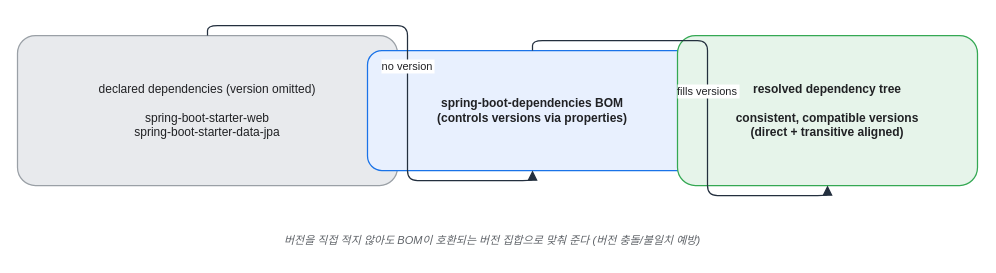
The draw.io diagram assets/img/spring/spring-22-dependency-bom.drawio in KKamJi98/kkamji98.github.io, before the edit. Source tidied: cells renumbered, new cells numbered last; positions are measured from the earlier drawing's top-left corner, leaving out a move shared by most shapes. Both pictures are drawn from the tidied source at 100%, with x=0, y=0 at pixel (17, 35).
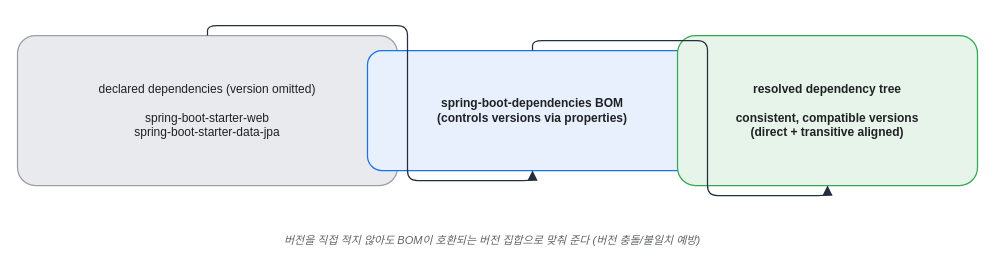
The same page after the edit.

What changed in the source:
```diff
@@
 <mxGraphModel background="#FFFFFF">
   <root>
     <mxCell id="0" />
     <mxCell id="1" parent="0" />
     <mxCell id="2" value="declared dependencies (version omitted)&#10;&#10;spring-boot-starter-web&#10;spring-boot-starter-data-jpa" style="rounded=1;whiteSpace=wrap;html=0;arcSize=12;shadow=0;fillColor=#E8EAED;strokeColor=#9AA0A6;fontColor=#202124;strokeWidth=1.25;" parent="1" vertex="1">
       <mxGeometry width="380" height="150" as="geometry" />
     </mxCell>
     <mxCell id="3" value="spring-boot-dependencies BOM&#10;(controls versions via properties)" style="rounded=1;whiteSpace=wrap;html=0;arcSize=12;shadow=0;fillColor=#E8F0FE;strokeColor=#1A73E8;fontColor=#202124;fontStyle=1;strokeWidth=1.25;" parent="1" vertex="1">
       <mxGeometry x="350" y="15" width="330" height="120" as="geometry" />
     </mxCell>
     <mxCell id="4" value="resolved dependency tree&#10;&#10;consistent, compatible versions&#10;(direct + transitive aligned)" style="rounded=1;whiteSpace=wrap;html=0;arcSize=12;shadow=0;fillColor=#E6F4EA;strokeColor=#34A853;fontColor=#202124;fontStyle=1;strokeWidth=1.25;" parent="1" vertex="1">
       <mxGeometry x="660" width="300" height="150" as="geometry" />
     </mxCell>
     <mxCell id="5" value="버전을 직접 적지 않아도 BOM이 호환되는 버전 집합으로 맞춰 준다 (버전 충돌/불일치 예방)" style="text;html=0;align=center;verticalAlign=middle;whiteSpace=wrap;fontSize=11;fontColor=#5F6368;fontStyle=2;" parent="1" vertex="1">
       <mxGeometry y="190" width="950" height="30" as="geometry" />
     </mxCell>
-    <mxCell id="6" value="no version" style="edgeStyle=orthogonalEdgeStyle;rounded=1;html=0;endArrow=block;strokeColor=#232F3E;fontColor=#202124;labelBackgroundColor=#FFFFFF;strokeWidth=1.25;endSize=7;" parent="1" edge="1" source="2" target="3">
+    <mxCell id="6" style="edgeStyle=orthogonalEdgeStyle;rounded=1;html=0;endArrow=block;strokeColor=#232F3E;fontColor=#202124;labelBackgroundColor=none;strokeWidth=1.25;endSize=7;" parent="1" edge="1" source="2" target="3">
       <mxGeometry relative="1" as="geometry" />
     </mxCell>
-    <mxCell id="7" value="fills versions" style="edgeStyle=orthogonalEdgeStyle;rounded=1;html=0;endArrow=block;strokeColor=#232F3E;fontColor=#202124;labelBackgroundColor=#FFFFFF;strokeWidth=1.25;endSize=7;" parent="1" edge="1" source="3" target="4">
+    <mxCell id="7" style="edgeStyle=orthogonalEdgeStyle;rounded=1;html=0;endArrow=block;strokeColor=#232F3E;fontColor=#202124;labelBackgroundColor=none;strokeWidth=1.25;endSize=7;" parent="1" edge="1" source="3" target="4">
       <mxGeometry relative="1" as="geometry" />
     </mxCell>
   </root>
 </mxGraphModel>
```
